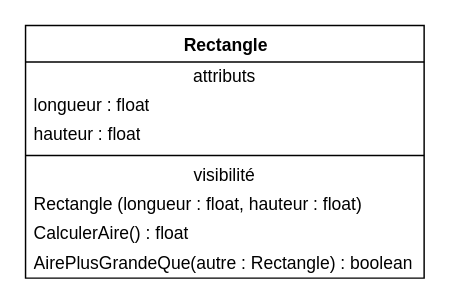
The draw.io diagram page "rect-attributs-methodes" (12 of 18) of guide-uml/images/dcc.drawio in Cours-Alexandre-Ouellet/cours-alexandre-ouellet.github.io, before the edit. Source tidied: cells renumbered, new cells numbered last; positions are measured from the earlier drawing's top-left corner, leaving out a move shared by most shapes. Both pictures are drawn from the tidied source at 146%, with x=0, y=0 at pixel (25, 25).
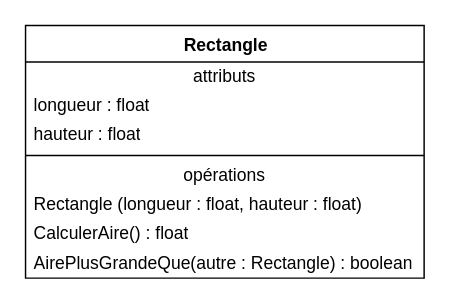
The same diagram, later.

What changed in the source:
```diff
@@
 <mxGraphModel>
   <root>
     <mxCell id="0" />
     <mxCell id="1" parent="0" />
     <mxCell id="2" value="&lt;b&gt;Rectangle&lt;/b&gt;" style="swimlane;fontStyle=0;align=center;verticalAlign=top;horizontal=1;startSize=25;html=1;" parent="1" vertex="1">
       <mxGeometry width="273" height="173" as="geometry" />
     </mxCell>
     <mxCell id="3" value="attributs" style="text;html=1;strokeColor=none;fillColor=none;align=center;verticalAlign=middle;spacingLeft=4;spacingRight=4;overflow=hidden;" parent="2" vertex="1">
       <mxGeometry y="25" width="273" height="20" as="geometry" />
     </mxCell>
     <mxCell id="4" value="longueur : float" style="text;html=1;strokeColor=none;fillColor=none;align=left;verticalAlign=middle;spacingLeft=4;spacingRight=4;overflow=hidden;" parent="2" vertex="1">
       <mxGeometry y="45" width="273" height="20" as="geometry" />
     </mxCell>
     <mxCell id="5" value="hauteur : float" style="text;html=1;strokeColor=none;fillColor=none;align=left;verticalAlign=middle;spacingLeft=4;spacingRight=4;overflow=hidden;" parent="2" vertex="1">
       <mxGeometry y="65" width="273" height="20" as="geometry" />
     </mxCell>
     <mxCell id="6" style="line;strokeWidth=1;fillColor=none;align=left;verticalAlign=middle;spacingTop=-1;spacingLeft=3;spacingRight=3;labelPosition=right;" parent="2" vertex="1">
       <mxGeometry y="85" width="273" height="8" as="geometry" />
     </mxCell>
-    <mxCell id="7" value="visibilité" style="text;html=1;strokeColor=none;fillColor=none;align=center;verticalAlign=middle;spacingLeft=4;spacingRight=4;overflow=hidden;" parent="2" vertex="1">
+    <mxCell id="7" value="opérations" style="text;html=1;strokeColor=none;fillColor=none;align=center;verticalAlign=middle;spacingLeft=4;spacingRight=4;overflow=hidden;" parent="2" vertex="1">
       <mxGeometry y="93" width="273" height="20" as="geometry" />
     </mxCell>
     <mxCell id="8" value="Rectangle (longueur : float, hauteur : float)" style="text;html=1;strokeColor=none;fillColor=none;align=left;verticalAlign=middle;spacingLeft=4;spacingRight=4;overflow=hidden;" parent="2" vertex="1">
       <mxGeometry y="113" width="273" height="20" as="geometry" />
     </mxCell>
     <mxCell id="9" value="CalculerAire() : float" style="text;html=1;strokeColor=none;fillColor=none;align=left;verticalAlign=middle;spacingLeft=4;spacingRight=4;overflow=hidden;" parent="2" vertex="1">
       <mxGeometry y="133" width="273" height="20" as="geometry" />
     </mxCell>
     <mxCell id="10" value="AirePlusGrandeQue(autre : Rectangle) : boolean" style="text;html=1;strokeColor=none;fillColor=none;align=left;verticalAlign=middle;spacingLeft=4;spacingRight=4;overflow=hidden;" parent="2" vertex="1">
       <mxGeometry y="153" width="273" height="20" as="geometry" />
     </mxCell>
   </root>
 </mxGraphModel>
```
